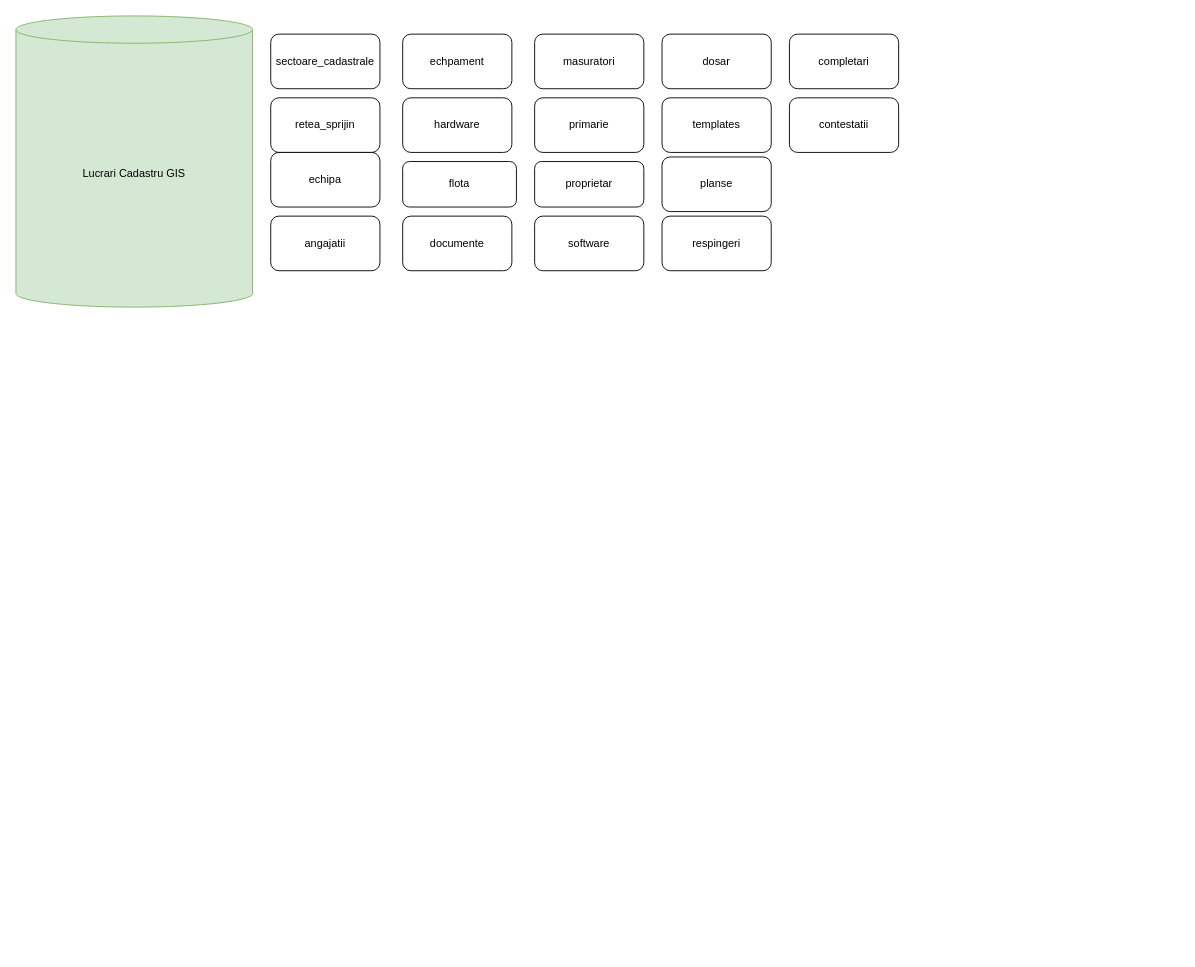
Earlier version of the draw.io diagram Model_abstract.drawio (Celestin9/modelare_db). Source tidied: cells renumbered, new cells numbered last; positions are measured from the earlier drawing's top-left corner, leaving out a move shared by most shapes. Both pictures are drawn from the tidied source at 91%, with x=0, y=0 at pixel (15, 15).
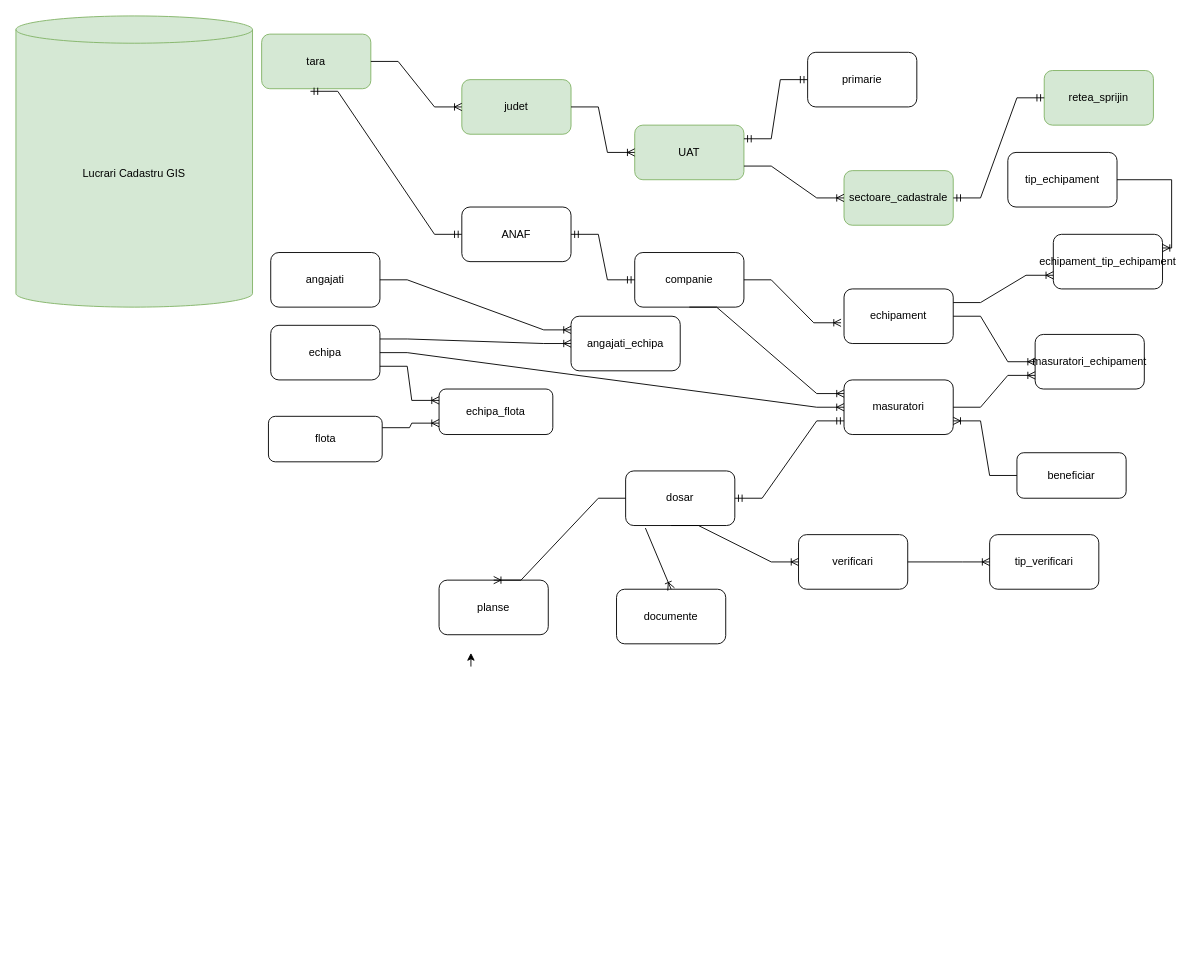
Above is the later version.

What changed in the source:
```diff
@@
-    <mxCell id="3" value="retea_sprijin&lt;br&gt;" style="rounded=1;whiteSpace=wrap;html=1;" parent="1" vertex="1">
-      <mxGeometry x="280" y="90" width="120" height="60" as="geometry" />
+    <mxCell id="3" value="retea_sprijin&lt;br&gt;" style="rounded=1;whiteSpace=wrap;html=1;fillColor=#d5e8d4;strokeColor=#82b366;" parent="1" vertex="1">
+      <mxGeometry x="1130" y="60" width="120" height="60" as="geometry" />
     </mxCell>
     <mxCell id="4" value="echipa" style="rounded=1;whiteSpace=wrap;html=1;" parent="1" vertex="1">
-      <mxGeometry x="280" y="150" width="120" height="60" as="geometry" />
+      <mxGeometry x="280" y="340" width="120" height="60" as="geometry" />
     </mxCell>
-    <mxCell id="5" value="angajatii" style="rounded=1;whiteSpace=wrap;html=1;" parent="1" vertex="1">
-      <mxGeometry x="280" y="220" width="120" height="60" as="geometry" />
+    <mxCell id="5" value="angajati" style="rounded=1;whiteSpace=wrap;html=1;" parent="1" vertex="1">
+      <mxGeometry x="280" y="260" width="120" height="60" as="geometry" />
     </mxCell>
-    <mxCell id="6" value="sectoare_cadastrale" style="rounded=1;whiteSpace=wrap;html=1;" parent="1" vertex="1">
-      <mxGeometry x="280" y="20" width="120" height="60" as="geometry" />
+    <mxCell id="6" value="sectoare_cadastrale" style="rounded=1;whiteSpace=wrap;html=1;fillColor=#d5e8d4;strokeColor=#82b366;" parent="1" vertex="1">
+      <mxGeometry x="910" y="170" width="120" height="60" as="geometry" />
     </mxCell>
-    <mxCell id="7" value="echpament" style="rounded=1;whiteSpace=wrap;html=1;" parent="1" vertex="1">
-      <mxGeometry x="425" y="20" width="120" height="60" as="geometry" />
+    <mxCell id="7" value="echipament" style="rounded=1;whiteSpace=wrap;html=1;" parent="1" vertex="1">
+      <mxGeometry x="910" y="300" width="120" height="60" as="geometry" />
     </mxCell>
-    <mxCell id="8" value="hardware" style="rounded=1;whiteSpace=wrap;html=1;" parent="1" vertex="1">
-      <mxGeometry x="425" y="90" width="120" height="60" as="geometry" />
-    </mxCell>
+    <mxCell id="21" style="edgeStyle=orthogonalEdgeStyle;rounded=0;orthogonalLoop=1;jettySize=auto;html=1;exitX=0;exitY=0.75;exitDx=0;exitDy=0;" parent="1" edge="1">
+      <mxGeometry relative="1" as="geometry">
+        <mxPoint x="500" y="715" as="sourcePoint" />
+        <mxPoint x="500" y="700" as="targetPoint" />
+      </mxGeometry>
+    </mxCell>
     <mxCell id="9" value="flota" style="rounded=1;whiteSpace=wrap;html=1;" parent="1" vertex="1">
-      <mxGeometry x="425" y="160" width="125" height="50" as="geometry" />
+      <mxGeometry x="277.5" y="440" width="125" height="50" as="geometry" />
     </mxCell>
     <mxCell id="10" value="documente" style="rounded=1;whiteSpace=wrap;html=1;" parent="1" vertex="1">
-      <mxGeometry x="425" y="220" width="120" height="60" as="geometry" />
+      <mxGeometry x="660" y="630" width="120" height="60" as="geometry" />
     </mxCell>
     <mxCell id="11" value="masuratori" style="rounded=1;whiteSpace=wrap;html=1;" parent="1" vertex="1">
-      <mxGeometry x="570" y="20" width="120" height="60" as="geometry" />
+      <mxGeometry x="910" y="400" width="120" height="60" as="geometry" />
     </mxCell>
     <mxCell id="12" value="primarie" style="rounded=1;whiteSpace=wrap;html=1;" parent="1" vertex="1">
-      <mxGeometry x="570" y="90" width="120" height="60" as="geometry" />
+      <mxGeometry x="870" y="40" width="120" height="60" as="geometry" />
     </mxCell>
-    <mxCell id="13" value="proprietar" style="rounded=1;whiteSpace=wrap;html=1;" parent="1" vertex="1">
-      <mxGeometry x="570" y="160" width="120" height="50" as="geometry" />
+    <mxCell id="13" value="beneficiar" style="rounded=1;whiteSpace=wrap;html=1;" parent="1" vertex="1">
+      <mxGeometry x="1100" y="480" width="120" height="50" as="geometry" />
     </mxCell>
-    <mxCell id="14" value="software" style="rounded=1;whiteSpace=wrap;html=1;" parent="1" vertex="1">
-      <mxGeometry x="570" y="220" width="120" height="60" as="geometry" />
-    </mxCell>
     <mxCell id="15" value="dosar" style="rounded=1;whiteSpace=wrap;html=1;" parent="1" vertex="1">
-      <mxGeometry x="710" y="20" width="120" height="60" as="geometry" />
+      <mxGeometry x="670" y="500" width="120" height="60" as="geometry" />
     </mxCell>
-    <mxCell id="16" value="templates" style="rounded=1;whiteSpace=wrap;html=1;" parent="1" vertex="1">
-      <mxGeometry x="710" y="90" width="120" height="60" as="geometry" />
-    </mxCell>
     <mxCell id="17" value="planse" style="rounded=1;whiteSpace=wrap;html=1;" parent="1" vertex="1">
-      <mxGeometry x="710" y="155" width="120" height="60" as="geometry" />
+      <mxGeometry x="465" y="620" width="120" height="60" as="geometry" />
     </mxCell>
-    <mxCell id="18" value="respingeri" style="rounded=1;whiteSpace=wrap;html=1;" parent="1" vertex="1">
-      <mxGeometry x="710" y="220" width="120" height="60" as="geometry" />
-    </mxCell>
-    <mxCell id="19" value="completari" style="rounded=1;whiteSpace=wrap;html=1;" parent="1" vertex="1">
-      <mxGeometry x="850" y="20" width="120" height="60" as="geometry" />
-    </mxCell>
-    <mxCell id="20" value="contestatii" style="rounded=1;whiteSpace=wrap;html=1;" parent="1" vertex="1">
-      <mxGeometry x="850" y="90" width="120" height="60" as="geometry" />
-    </mxCell>
+    <mxCell id="22" value="UAT" style="rounded=1;whiteSpace=wrap;html=1;fillColor=#d5e8d4;strokeColor=#82b366;" parent="1" vertex="1">
+      <mxGeometry x="680" y="120" width="120" height="60" as="geometry" />
+    </mxCell>
+    <mxCell id="23" style="edgeStyle=entityRelationEdgeStyle;fontSize=12;html=1;endArrow=ERoneToMany;rounded=0;entryX=0;entryY=0.5;entryDx=0;entryDy=0;exitX=1;exitY=0.75;exitDx=0;exitDy=0;" parent="1" edge="1" source="22" target="6">
+      <mxGeometry relative="1" as="geometry" />
+    </mxCell>
+    <mxCell id="24" value="judet" style="rounded=1;whiteSpace=wrap;html=1;fillColor=#d5e8d4;strokeColor=#82b366;" parent="1" vertex="1">
+      <mxGeometry x="490" y="70" width="120" height="60" as="geometry" />
+    </mxCell>
+    <mxCell id="25" style="edgeStyle=entityRelationEdgeStyle;fontSize=12;html=1;endArrow=ERoneToMany;rounded=0;exitX=1;exitY=0.5;exitDx=0;exitDy=0;entryX=0;entryY=0.5;entryDx=0;entryDy=0;" parent="1" edge="1" source="24" target="22">
+      <mxGeometry relative="1" as="geometry" />
+    </mxCell>
+    <mxCell id="26" value="tara" style="rounded=1;whiteSpace=wrap;html=1;fillColor=#d5e8d4;strokeColor=#82b366;" parent="1" vertex="1">
+      <mxGeometry x="270" y="20" width="120" height="60" as="geometry" />
+    </mxCell>
+    <mxCell id="27" style="edgeStyle=entityRelationEdgeStyle;fontSize=12;html=1;endArrow=ERoneToMany;rounded=0;exitX=1;exitY=0.5;exitDx=0;exitDy=0;entryX=0;entryY=0.5;entryDx=0;entryDy=0;" parent="1" edge="1" source="26" target="24">
+      <mxGeometry relative="1" as="geometry" />
+    </mxCell>
+    <mxCell id="28" value="companie" style="rounded=1;whiteSpace=wrap;html=1;" parent="1" vertex="1">
+      <mxGeometry x="680" y="260" width="120" height="60" as="geometry" />
+    </mxCell>
+    <mxCell id="29" style="edgeStyle=entityRelationEdgeStyle;fontSize=12;html=1;endArrow=ERoneToMany;rounded=0;entryX=-0.027;entryY=0.62;entryDx=0;entryDy=0;entryPerimeter=0;exitX=1;exitY=0.5;exitDx=0;exitDy=0;" parent="1" edge="1" source="28" target="7">
+      <mxGeometry relative="1" as="geometry">
+        <Array as="points">
+          <mxPoint x="900" y="330" />
+          <mxPoint x="907" y="320" />
+        </Array>
+      </mxGeometry>
+    </mxCell>
+    <mxCell id="30" value="ANAF" style="rounded=1;whiteSpace=wrap;html=1;" parent="1" vertex="1">
+      <mxGeometry x="490" y="210" width="120" height="60" as="geometry" />
+    </mxCell>
+    <mxCell id="31" style="edgeStyle=entityRelationEdgeStyle;fontSize=12;html=1;endArrow=ERmandOne;startArrow=ERmandOne;rounded=0;exitX=1;exitY=0.5;exitDx=0;exitDy=0;entryX=0;entryY=0.5;entryDx=0;entryDy=0;" parent="1" edge="1" source="30" target="28">
+      <mxGeometry relative="1" as="geometry" />
+    </mxCell>
+    <mxCell id="32" style="edgeStyle=entityRelationEdgeStyle;fontSize=12;html=1;endArrow=ERmandOne;startArrow=ERmandOne;rounded=0;exitX=0.447;exitY=1.047;exitDx=0;exitDy=0;exitPerimeter=0;entryX=0;entryY=0.5;entryDx=0;entryDy=0;" parent="1" edge="1" source="26" target="30">
+      <mxGeometry relative="1" as="geometry">
+        <Array as="points">
+          <mxPoint x="350" y="150" />
+          <mxPoint x="370" y="190" />
+          <mxPoint x="360" y="230" />
+        </Array>
+      </mxGeometry>
+    </mxCell>
+    <mxCell id="33" style="edgeStyle=entityRelationEdgeStyle;fontSize=12;html=1;endArrow=ERoneToMany;rounded=0;exitX=0.5;exitY=1;exitDx=0;exitDy=0;entryX=0;entryY=0.25;entryDx=0;entryDy=0;" parent="1" edge="1" source="28" target="11">
+      <mxGeometry relative="1" as="geometry" />
+    </mxCell>
+    <mxCell id="34" value="masuratori_echipament" style="rounded=1;whiteSpace=wrap;html=1;" parent="1" vertex="1">
+      <mxGeometry x="1120" y="350" width="120" height="60" as="geometry" />
+    </mxCell>
+    <mxCell id="35" style="edgeStyle=entityRelationEdgeStyle;fontSize=12;html=1;endArrow=ERoneToMany;rounded=0;exitX=1;exitY=0.5;exitDx=0;exitDy=0;entryX=0;entryY=0.5;entryDx=0;entryDy=0;" parent="1" edge="1" source="7" target="34">
+      <mxGeometry relative="1" as="geometry" />
+    </mxCell>
+    <mxCell id="36" style="edgeStyle=entityRelationEdgeStyle;fontSize=12;html=1;endArrow=ERoneToMany;rounded=0;entryX=0;entryY=0.75;entryDx=0;entryDy=0;exitX=1;exitY=0.5;exitDx=0;exitDy=0;" parent="1" edge="1" source="11" target="34">
+      <mxGeometry relative="1" as="geometry" />
+    </mxCell>
+    <mxCell id="37" value="angajati_echipa" style="rounded=1;whiteSpace=wrap;html=1;" parent="1" vertex="1">
+      <mxGeometry x="610" y="330" width="120" height="60" as="geometry" />
+    </mxCell>
+    <mxCell id="38" style="edgeStyle=entityRelationEdgeStyle;fontSize=12;html=1;endArrow=ERoneToMany;rounded=0;exitX=1;exitY=0.25;exitDx=0;exitDy=0;entryX=0;entryY=0.5;entryDx=0;entryDy=0;" parent="1" edge="1" source="4" target="37">
+      <mxGeometry relative="1" as="geometry" />
+    </mxCell>
+    <mxCell id="39" style="edgeStyle=entityRelationEdgeStyle;fontSize=12;html=1;endArrow=ERoneToMany;rounded=0;exitX=1;exitY=0.5;exitDx=0;exitDy=0;entryX=0;entryY=0.25;entryDx=0;entryDy=0;" parent="1" edge="1" source="5" target="37">
+      <mxGeometry relative="1" as="geometry" />
+    </mxCell>
+    <mxCell id="40" style="edgeStyle=entityRelationEdgeStyle;fontSize=12;html=1;endArrow=ERoneToMany;rounded=0;entryX=0;entryY=0.75;entryDx=0;entryDy=0;exitX=1;exitY=0.5;exitDx=0;exitDy=0;" parent="1" edge="1" source="4">
+      <mxGeometry relative="1" as="geometry">
+        <mxPoint x="910" y="430" as="targetPoint" />
+      </mxGeometry>
+    </mxCell>
+    <mxCell id="41" value="echipa_flota" style="rounded=1;whiteSpace=wrap;html=1;" parent="1" vertex="1">
+      <mxGeometry x="465" y="410" width="125" height="50" as="geometry" />
+    </mxCell>
+    <mxCell id="42" style="edgeStyle=entityRelationEdgeStyle;fontSize=12;html=1;endArrow=ERoneToMany;rounded=0;exitX=1;exitY=0.75;exitDx=0;exitDy=0;entryX=0;entryY=0.25;entryDx=0;entryDy=0;" parent="1" edge="1" source="4" target="41">
+      <mxGeometry relative="1" as="geometry" />
+    </mxCell>
+    <mxCell id="43" style="edgeStyle=entityRelationEdgeStyle;fontSize=12;html=1;endArrow=ERoneToMany;rounded=0;exitX=1;exitY=0.25;exitDx=0;exitDy=0;entryX=0;entryY=0.75;entryDx=0;entryDy=0;" parent="1" edge="1" source="9" target="41">
+      <mxGeometry relative="1" as="geometry" />
+    </mxCell>
+    <mxCell id="44" style="edgeStyle=entityRelationEdgeStyle;fontSize=12;html=1;endArrow=ERmandOne;startArrow=ERmandOne;rounded=0;entryX=0;entryY=0.5;entryDx=0;entryDy=0;exitX=1;exitY=0.5;exitDx=0;exitDy=0;" parent="1" edge="1" source="6" target="3">
+      <mxGeometry relative="1" as="geometry">
+        <Array as="points">
+          <mxPoint x="1070" y="230" />
+        </Array>
+      </mxGeometry>
+    </mxCell>
+    <mxCell id="45" style="edgeStyle=entityRelationEdgeStyle;fontSize=12;html=1;endArrow=ERmandOne;startArrow=ERmandOne;rounded=0;entryX=0;entryY=0.5;entryDx=0;entryDy=0;exitX=1;exitY=0.25;exitDx=0;exitDy=0;" parent="1" edge="1" source="22" target="12">
+      <mxGeometry relative="1" as="geometry" />
+    </mxCell>
+    <mxCell id="46" style="edgeStyle=entityRelationEdgeStyle;fontSize=12;html=1;endArrow=ERoneToMany;rounded=0;entryX=1;entryY=0.75;entryDx=0;entryDy=0;exitX=0;exitY=0.5;exitDx=0;exitDy=0;" parent="1" edge="1" source="13" target="11">
+      <mxGeometry relative="1" as="geometry">
+        <Array as="points">
+          <mxPoint x="1000" y="670" />
+        </Array>
+      </mxGeometry>
+    </mxCell>
+    <mxCell id="47" value="tip_echipament" style="rounded=1;whiteSpace=wrap;html=1;" parent="1" vertex="1">
+      <mxGeometry x="1090" y="150" width="120" height="60" as="geometry" />
+    </mxCell>
+    <mxCell id="48" value="echipament_tip_echipament" style="rounded=1;whiteSpace=wrap;html=1;" parent="1" vertex="1">
+      <mxGeometry x="1140" y="240" width="120" height="60" as="geometry" />
+    </mxCell>
+    <mxCell id="49" style="edgeStyle=entityRelationEdgeStyle;fontSize=12;html=1;endArrow=ERoneToMany;rounded=0;exitX=1;exitY=0.25;exitDx=0;exitDy=0;entryX=0;entryY=0.75;entryDx=0;entryDy=0;" parent="1" edge="1" source="7" target="48">
+      <mxGeometry relative="1" as="geometry">
+        <Array as="points">
+          <mxPoint x="1390" y="110" />
+          <mxPoint x="1260" y="150" />
+        </Array>
+      </mxGeometry>
+    </mxCell>
+    <mxCell id="50" style="edgeStyle=orthogonalEdgeStyle;fontSize=12;html=1;endArrow=ERoneToMany;rounded=0;exitX=1;exitY=0.5;exitDx=0;exitDy=0;entryX=1;entryY=0.25;entryDx=0;entryDy=0;" parent="1" edge="1" source="47" target="48">
+      <mxGeometry relative="1" as="geometry" />
+    </mxCell>
+    <mxCell id="51" value="tip_verificari" style="rounded=1;whiteSpace=wrap;html=1;" parent="1" vertex="1">
+      <mxGeometry x="1070" y="570" width="120" height="60" as="geometry" />
+    </mxCell>
+    <mxCell id="52" value="verificari" style="rounded=1;whiteSpace=wrap;html=1;" parent="1" vertex="1">
+      <mxGeometry x="860" y="570" width="120" height="60" as="geometry" />
+    </mxCell>
+    <mxCell id="53" style="edgeStyle=entityRelationEdgeStyle;fontSize=12;html=1;endArrow=ERoneToMany;rounded=0;exitX=1;exitY=0.5;exitDx=0;exitDy=0;entryX=0;entryY=0.5;entryDx=0;entryDy=0;" parent="1" edge="1" source="52" target="51">
+      <mxGeometry relative="1" as="geometry" />
+    </mxCell>
+    <mxCell id="54" style="edgeStyle=entityRelationEdgeStyle;fontSize=12;html=1;endArrow=ERmandOne;startArrow=ERmandOne;rounded=0;exitX=1;exitY=0.5;exitDx=0;exitDy=0;entryX=0;entryY=0.75;entryDx=0;entryDy=0;" parent="1" edge="1" source="15" target="11">
+      <mxGeometry relative="1" as="geometry" />
+    </mxCell>
+    <mxCell id="55" style="edgeStyle=entityRelationEdgeStyle;fontSize=12;html=1;endArrow=ERoneToMany;rounded=0;exitX=0.417;exitY=1;exitDx=0;exitDy=0;exitPerimeter=0;entryX=0;entryY=0.5;entryDx=0;entryDy=0;" parent="1" edge="1" source="15" target="52">
+      <mxGeometry relative="1" as="geometry" />
+    </mxCell>
+    <mxCell id="56" style="edgeStyle=entityRelationEdgeStyle;fontSize=12;html=1;endArrow=ERoneToMany;rounded=0;exitX=0;exitY=0.5;exitDx=0;exitDy=0;entryX=0.5;entryY=0;entryDx=0;entryDy=0;" parent="1" edge="1" source="15" target="17">
+      <mxGeometry relative="1" as="geometry" />
+    </mxCell>
+    <mxCell id="57" style="fontSize=12;html=1;endArrow=ERoneToMany;rounded=0;exitX=0.181;exitY=1.046;exitDx=0;exitDy=0;exitPerimeter=0;entryX=0.5;entryY=0;entryDx=0;entryDy=0;" parent="1" edge="1" source="15" target="10">
+      <mxGeometry relative="1" as="geometry" />
+    </mxCell>
+    <mxCell id="58" style="edgeStyle=orthogonalEdgeStyle;rounded=0;orthogonalLoop=1;jettySize=auto;html=1;exitX=0.5;exitY=1;exitDx=0;exitDy=0;" parent="1" edge="1">
+      <mxGeometry relative="1" as="geometry">
+        <mxPoint x="660" y="1020" as="sourcePoint" />
+        <mxPoint x="660" y="1020" as="targetPoint" />
+      </mxGeometry>
+    </mxCell>
```
